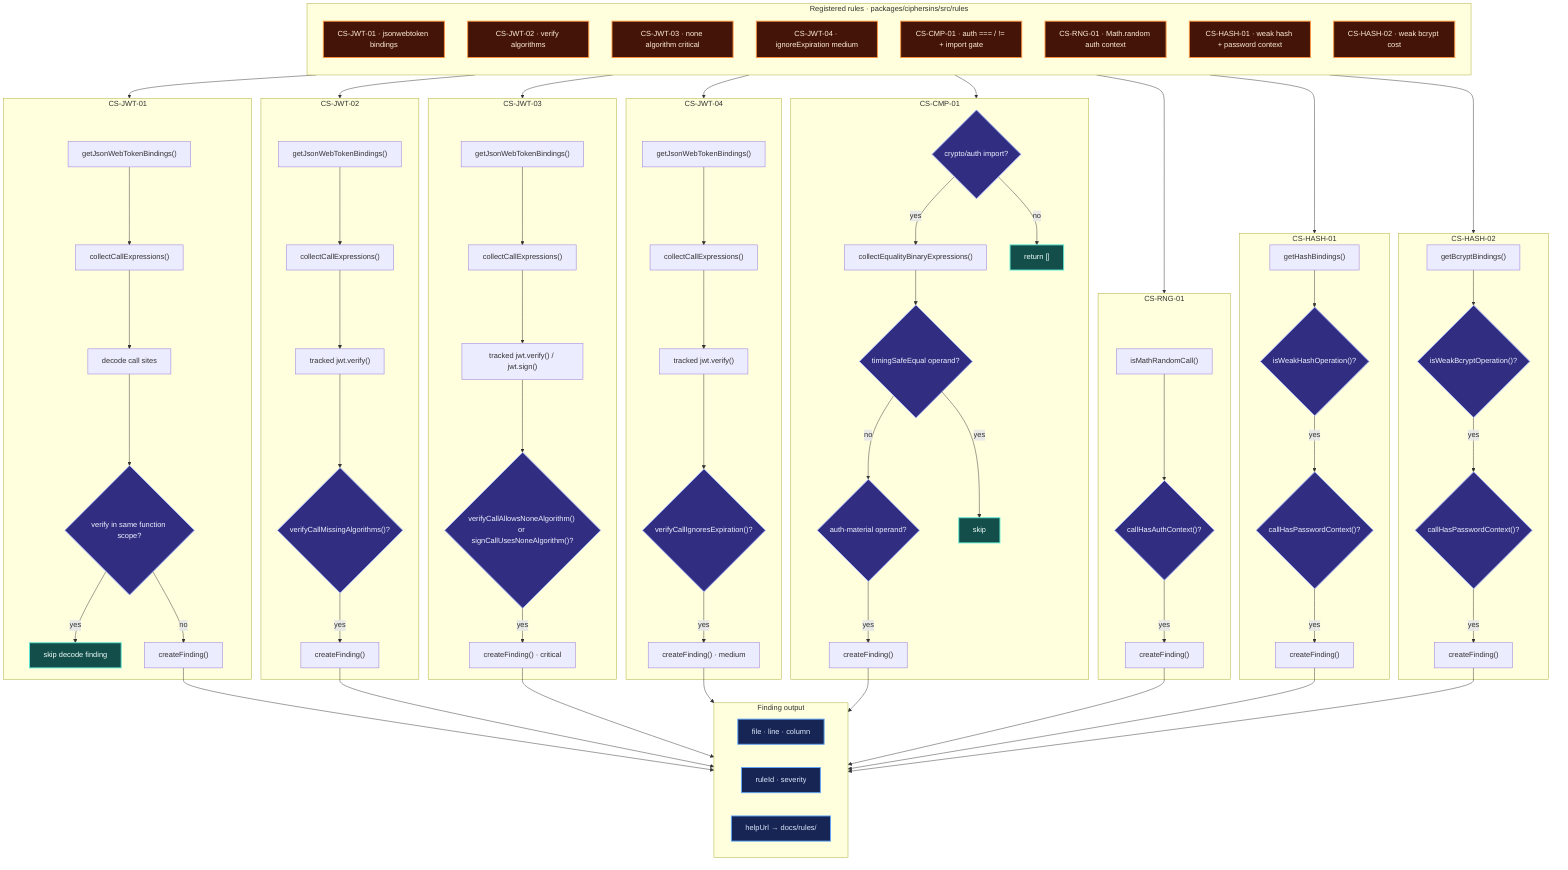
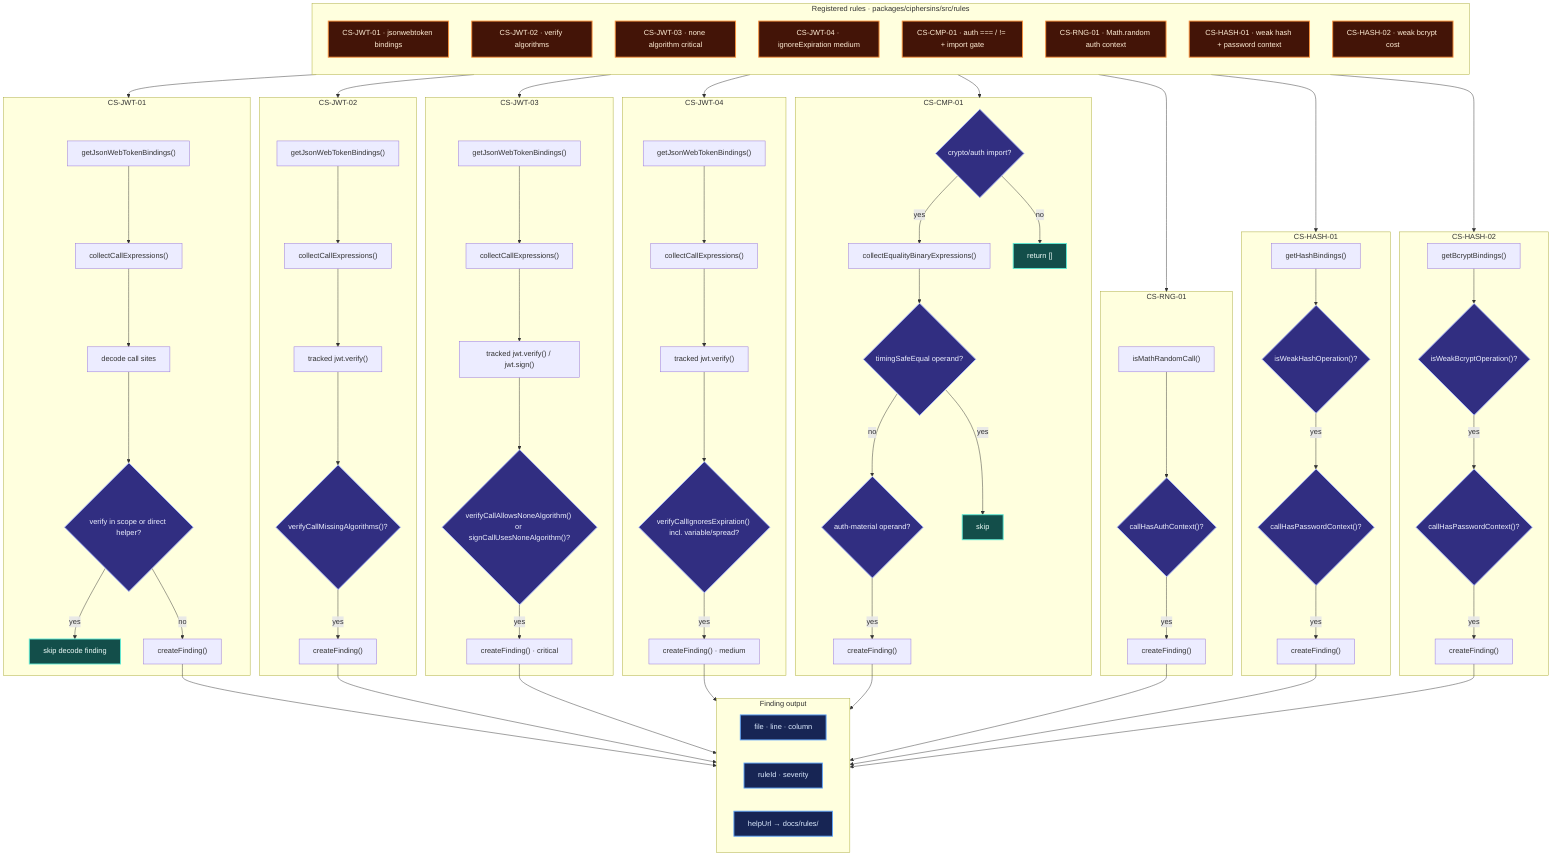
flowchart TB
	subgraph RULES["Registered rules · packages/ciphersins/src/rules"]
		direction TB
		JWT["CS-JWT-01 · jsonwebtoken bindings"]
		JWT2["CS-JWT-02 · verify algorithms"]
		JWT3["CS-JWT-03 · none algorithm critical"]
		JWT4["CS-JWT-04 · ignoreExpiration medium"]
		CMP["CS-CMP-01 · auth === / != + import gate"]
		RNG["CS-RNG-01 · Math.random auth context"]
		HASH["CS-HASH-01 · weak hash + password context"]
		HASH2["CS-HASH-02 · weak bcrypt cost"]
	end

	subgraph JWT_FLOW["CS-JWT-01"]
		BIND["getJsonWebTokenBindings()"]
		WALK["collectCallExpressions()"]
- 		VERIFY{"verify in same function scope?"}
+ 		VERIFY{"verify in scope or direct helper?"}
		DECODE["decode call sites"]
		BIND --> WALK --> DECODE --> VERIFY
		VERIFY -->|yes| JCLEAN["skip decode finding"]
		VERIFY -->|no| JFIND["createFinding()"]
	end

	subgraph JWT2_FLOW["CS-JWT-02"]
		BIND2["getJsonWebTokenBindings()"]
		WALK2["collectCallExpressions()"]
		VMATCH["tracked jwt.verify()"]
		VALG{"verifyCallMissingAlgorithms()?"}
		BIND2 --> WALK2 --> VMATCH --> VALG
		VALG -->|yes| J2FIND["createFinding()"]
	end

	subgraph JWT3_FLOW["CS-JWT-03"]
		BIND3["getJsonWebTokenBindings()"]
		WALK3["collectCallExpressions()"]
		VSMATCH["tracked jwt.verify() / jwt.sign()"]
		VNONE{"verifyCallAllowsNoneAlgorithm() or signCallUsesNoneAlgorithm()?"}
		BIND3 --> WALK3 --> VSMATCH --> VNONE
		VNONE -->|yes| J3FIND["createFinding() · critical"]
	end

	subgraph JWT4_FLOW["CS-JWT-04"]
		BIND4["getJsonWebTokenBindings()"]
		WALK4["collectCallExpressions()"]
		VMATCH4["tracked jwt.verify()"]
- 		VEXP{"verifyCallIgnoresExpiration()?"}
+ 		VEXP{"verifyCallIgnoresExpiration() incl. variable/spread?"}
		BIND4 --> WALK4 --> VMATCH4 --> VEXP
		VEXP -->|yes| J4FIND["createFinding() · medium"]
	end

	subgraph CMP_FLOW["CS-CMP-01"]
		GATE{"crypto/auth import?"}
		BIN["collectEqualityBinaryExpressions()"]
		AUTH{"auth-material operand?"}
		SAFE{"timingSafeEqual operand?"}
		GATE -->|no| CCLEAN["return []"]
		GATE -->|yes| BIN --> SAFE
		SAFE -->|yes| CSKIP["skip"]
		SAFE -->|no| AUTH -->|yes| CFIND["createFinding()"]
	end

	subgraph RNG_FLOW["CS-RNG-01"]
		MR["isMathRandomCall()"]
		CTX{"callHasAuthContext()?"}
		MR --> CTX
		CTX -->|yes| RFIND["createFinding()"]
	end

	subgraph HASH_FLOW["CS-HASH-01"]
		HBIND["getHashBindings()"]
		WEAK{"isWeakHashOperation()?"}
		PWD{"callHasPasswordContext()?"}
		HBIND --> WEAK
		WEAK -->|yes| PWD
		PWD -->|yes| HFIND["createFinding()"]
	end

	subgraph HASH2_FLOW["CS-HASH-02"]
		BBIND["getBcryptBindings()"]
		COST{"isWeakBcryptOperation()?"}
		PWD2{"callHasPasswordContext()?"}
		BBIND --> COST
		COST -->|yes| PWD2
		PWD2 -->|yes| H2FIND["createFinding()"]
	end

	subgraph REPORT["Finding output"]
		direction LR
		LOC["file · line · column"]
		MSG["ruleId · severity"]
		DOC["helpUrl → docs/rules/"]
	end

	JWT --> JWT_FLOW
	JWT2 --> JWT2_FLOW
	JWT3 --> JWT3_FLOW
	JWT4 --> JWT4_FLOW
	CMP --> CMP_FLOW
	RNG --> RNG_FLOW
	HASH --> HASH_FLOW
	HASH2 --> HASH2_FLOW
	JFIND --> REPORT
	J2FIND --> REPORT
	J3FIND --> REPORT
	J4FIND --> REPORT
	CFIND --> REPORT
	RFIND --> REPORT
	HFIND --> REPORT
	H2FIND --> REPORT

	classDef rule fill:#431407,stroke:#fb923c,stroke-width:2px,color:#ffedd5
	classDef decision fill:#312e81,stroke:#a5b4fc,stroke-width:2px,color:#eef2ff
	classDef clean fill:#134e4a,stroke:#5eead4,stroke-width:2px,color:#f0fdfa
	classDef report fill:#172554,stroke:#60a5fa,stroke-width:2px,color:#dbeafe

	class JWT,JWT2,JWT3,JWT4,CMP,RNG,HASH,HASH2 rule
	class VERIFY,GATE,AUTH,SAFE,CTX,WEAK,PWD,COST,PWD2,VALG,VNONE,VEXP decision
	class JCLEAN,CCLEAN,CSKIP clean
	class LOC,MSG,DOC report
